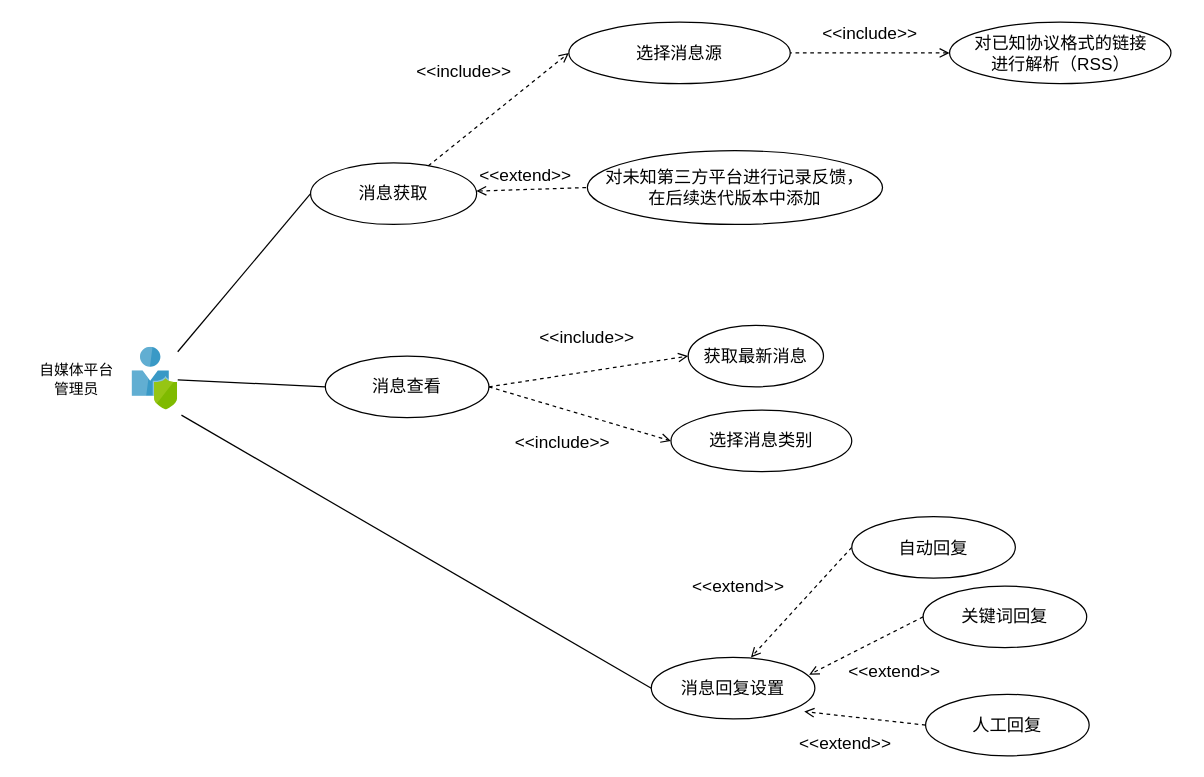
This is 1-SoftwareRequirements/Messages/msg_usercase.drawio from zan-press/diagram, a draw.io file, before an edit. Source tidied: cells renumbered, new cells numbered last; positions are measured from the earlier drawing's top-left corner, leaving out a move shared by most shapes. Both pictures are drawn from the tidied source at 123%, with x=0, y=0 at pixel (21, 21).
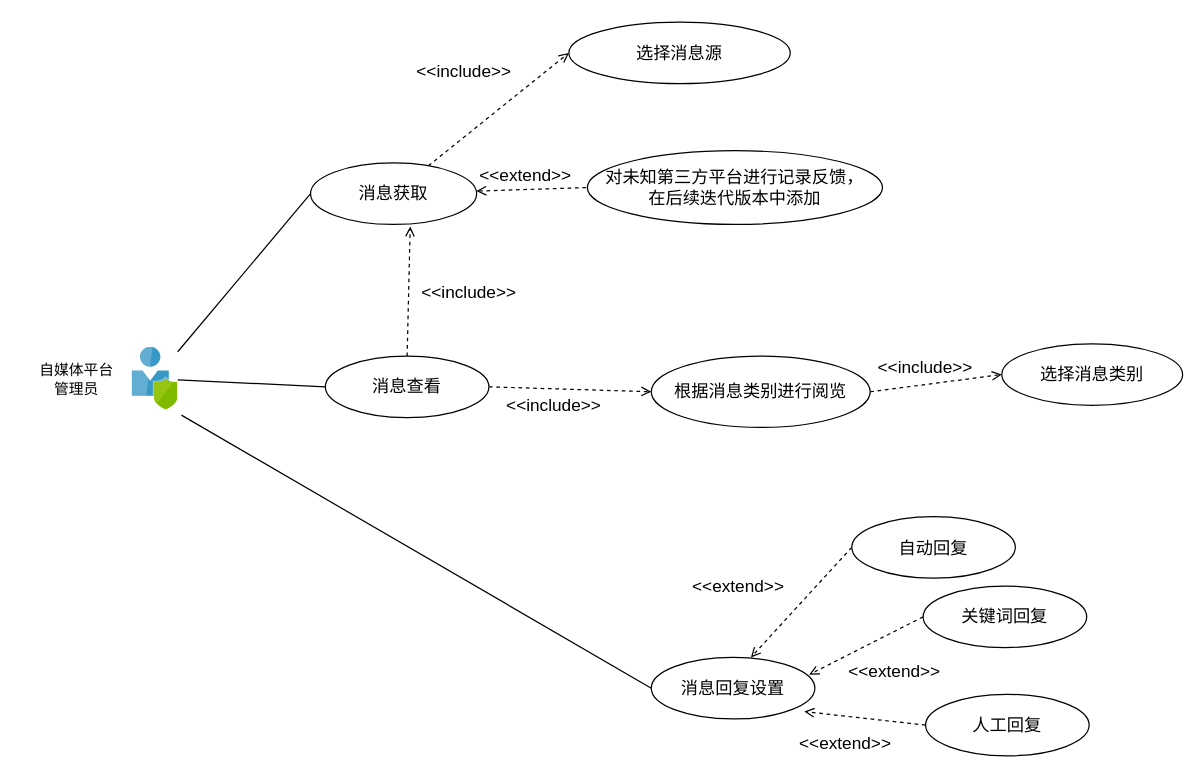
The same page after the edit.

Unchanged cells that the change refers to:
```xml
<mxCell id="8" value="消息获取" style="ellipse;whiteSpace=wrap;html=1;fontFamily=SF Mono;fontSize=14;" parent="1" vertex="1">
  <mxGeometry x="235" y="115" width="135" height="50" as="geometry" />
</mxCell>
<mxCell id="13" value="消息查看" style="ellipse;whiteSpace=wrap;html=1;fontFamily=SF Mono;fontSize=14;" parent="1" vertex="1">
  <mxGeometry x="247" y="272" width="133" height="50" as="geometry" />
</mxCell>
<mxCell id="14" value="选择消息源" style="ellipse;whiteSpace=wrap;html=1;fontFamily=SF Mono;fontSize=14;" parent="1" vertex="1">
  <mxGeometry x="445" y="0.5" width="180" height="50" as="geometry" />
</mxCell>
```

The edit, as a diff of the source:
```diff
@@
-    <mxCell id="6" style="edgeStyle=none;rounded=0;jettySize=auto;html=1;entryX=0;entryY=0.5;entryDx=0;entryDy=0;dashed=1;startArrow=none;startFill=0;endArrow=open;endFill=0;fontFamily=SF Mono;fontSize=14;exitX=1;exitY=0.5;exitDx=0;exitDy=0;" parent="1" edge="1" source="13" target="10">
+    <mxCell id="6" style="edgeStyle=none;rounded=0;jettySize=auto;html=1;entryX=0.6;entryY=1.033;entryDx=0;entryDy=0;dashed=1;startArrow=none;startFill=0;endArrow=open;endFill=0;fontFamily=SF Mono;fontSize=14;exitX=0.5;exitY=0;exitDx=0;exitDy=0;entryPerimeter=0;" parent="1" edge="1" source="13" target="8">
       <mxGeometry relative="1" as="geometry" />
     </mxCell>
@@
-    <mxCell id="10" value="获取最新消息" style="ellipse;whiteSpace=wrap;html=1;fontFamily=SF Mono;fontSize=14;" parent="1" vertex="1">
-      <mxGeometry x="542" y="247" width="110" height="50" as="geometry" />
-    </mxCell>
+    <mxCell id="34" style="rounded=0;jettySize=auto;html=1;exitX=1;exitY=0.5;exitDx=0;exitDy=0;entryX=0;entryY=0.5;entryDx=0;entryDy=0;dashed=1;endArrow=open;endFill=0;" parent="1" edge="1" source="11" target="35">
+      <mxGeometry relative="1" as="geometry" />
+    </mxCell>
-    <mxCell id="11" value="选择消息类别" style="ellipse;whiteSpace=wrap;html=1;fontFamily=SF Mono;fontSize=14;" parent="1" vertex="1">
-      <mxGeometry x="528" y="316" width="147" height="50" as="geometry" />
+    <mxCell id="11" value="根据消息类别进行阅览" style="ellipse;whiteSpace=wrap;html=1;fontFamily=SF Mono;fontSize=14;" parent="1" vertex="1">
+      <mxGeometry x="512" y="272" width="178" height="58" as="geometry" />
     </mxCell>
     <mxCell id="12" value="&amp;lt;&amp;lt;include&amp;gt;&amp;gt;" style="text;html=1;strokeColor=none;fillColor=none;align=center;verticalAlign=middle;whiteSpace=wrap;rounded=0;fontFamily=SF Mono;fontSize=14;rotation=0;" parent="1" vertex="1">
-      <mxGeometry x="410" y="247" width="100" height="20" as="geometry" />
+      <mxGeometry x="313.5" y="210" width="100" height="20" as="geometry" />
     </mxCell>
@@
-    <mxCell id="16" style="edgeStyle=none;rounded=0;jettySize=auto;html=1;exitX=0;exitY=0.5;exitDx=0;exitDy=0;dashed=1;startArrow=open;startFill=0;endArrow=none;endFill=0;fontFamily=SF Mono;" parent="1" edge="1" source="17" target="14">
-      <mxGeometry relative="1" as="geometry" />
-    </mxCell>
-    <mxCell id="17" value="对已知协议格式的链接&lt;br&gt;进行解析（RSS）" style="ellipse;whiteSpace=wrap;html=1;fontFamily=SF Mono;fontSize=14;" parent="1" vertex="1">
-      <mxGeometry x="754.5" y="0.5" width="180" height="50" as="geometry" />
-    </mxCell>
@@
-    <mxCell id="21" value="&amp;lt;&amp;lt;include&amp;gt;&amp;gt;" style="text;html=1;strokeColor=none;fillColor=none;align=center;verticalAlign=middle;whiteSpace=wrap;rounded=0;fontFamily=SF Mono;fontSize=14;rotation=0;" parent="1" vertex="1">
-      <mxGeometry x="639.8" y="-0.5" width="100" height="20" as="geometry" />
-    </mxCell>
     <mxCell id="22" value="&amp;lt;&amp;lt;include&amp;gt;&amp;gt;" style="text;html=1;strokeColor=none;fillColor=none;align=center;verticalAlign=middle;whiteSpace=wrap;rounded=0;fontFamily=SF Mono;fontSize=14;rotation=0;" parent="1" vertex="1">
-      <mxGeometry x="390" y="332" width="100" height="20" as="geometry" />
+      <mxGeometry x="383" y="302" width="100" height="20" as="geometry" />
     </mxCell>
@@
+    <mxCell id="35" value="选择消息类别" style="ellipse;whiteSpace=wrap;html=1;fontFamily=SF Mono;fontSize=14;" parent="1" vertex="1">
+      <mxGeometry x="797" y="262" width="147" height="50" as="geometry" />
+    </mxCell>
+    <mxCell id="21" value="&amp;lt;&amp;lt;include&amp;gt;&amp;gt;" style="text;html=1;strokeColor=none;fillColor=none;align=center;verticalAlign=middle;whiteSpace=wrap;rounded=0;fontFamily=SF Mono;fontSize=14;rotation=0;" parent="1" vertex="1">
+      <mxGeometry x="685" y="270.5" width="100" height="20" as="geometry" />
+    </mxCell>
```
